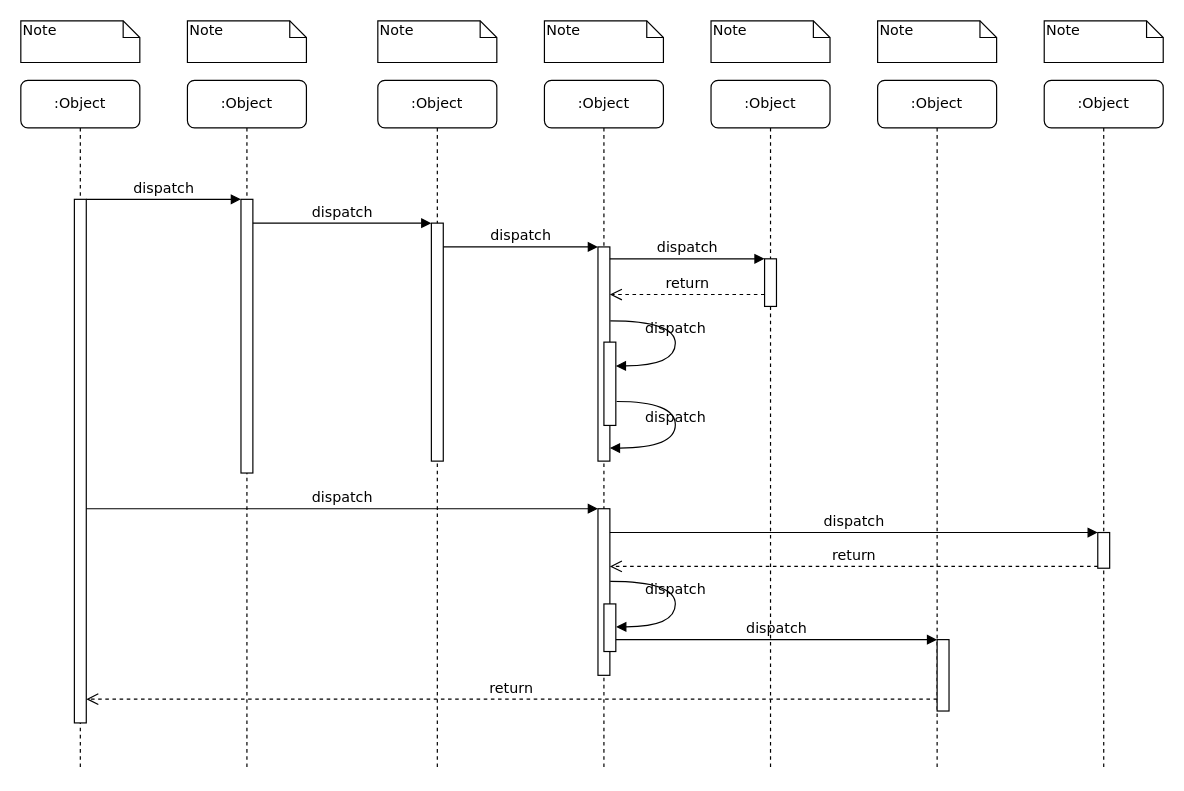
Before: Untitled Diagram.drawio in yjlhtzh/testp, a draw.io diagram. Source tidied: cells renumbered, new cells numbered last; positions are measured from the earlier drawing's top-left corner, leaving out a move shared by most shapes. Both pictures are drawn from the tidied source at 119%, with x=0, y=0 at pixel (20, 20).
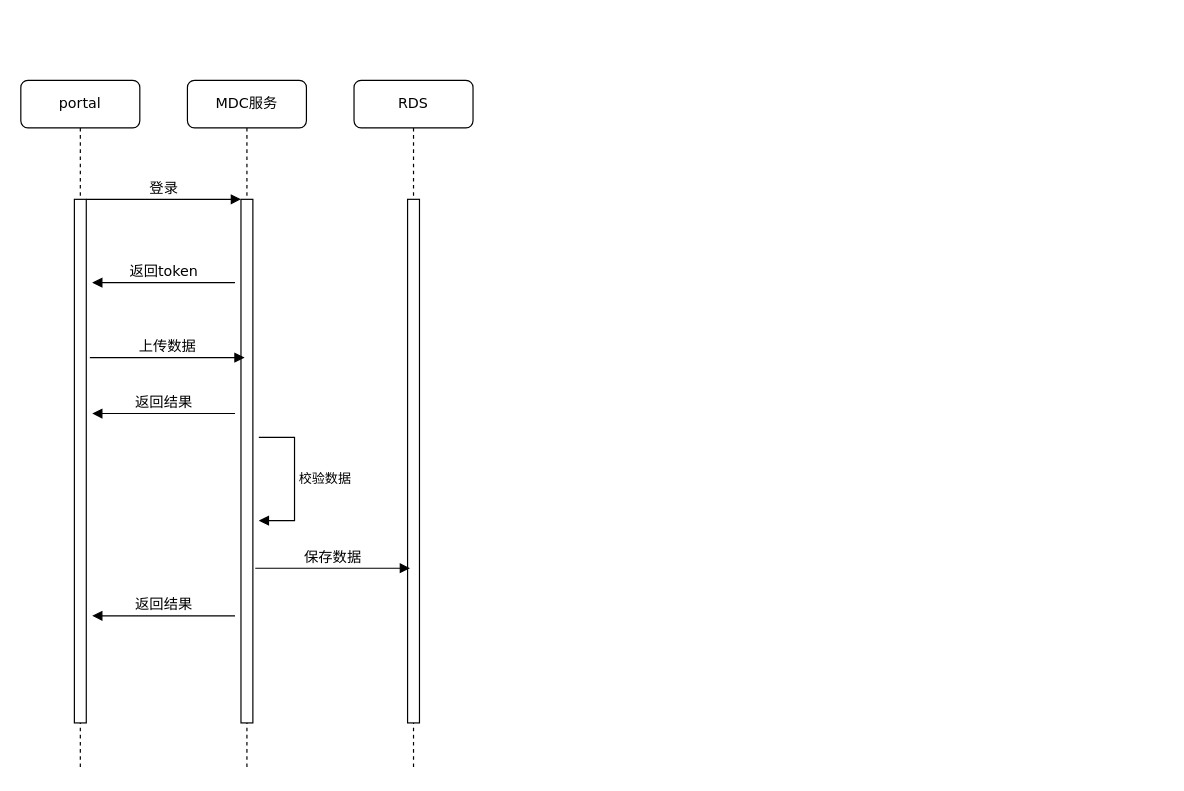
The same page after the edit.

The change refers to these unchanged cells:
```xml
<mxCell id="11" style="html=1;points=[];perimeter=orthogonalPerimeter;rounded=0;shadow=0;comic=0;labelBackgroundColor=none;strokeWidth=1;fontFamily=Verdana;fontSize=12;align=center;" parent="10" vertex="1">
  <mxGeometry x="45" y="100" width="10" height="440" as="geometry" />
</mxCell>
```

Diff of the diagram source:
```diff
@@
-    <mxCell id="2" value=":Object" style="shape=umlLifeline;perimeter=lifelinePerimeter;whiteSpace=wrap;html=1;rounded=1;shadow=0;comic=0;labelBackgroundColor=none;strokeWidth=1;fontFamily=Verdana;fontSize=12;align=center;" parent="1" vertex="1">
+    <mxCell id="2" value="MDC服务" style="shape=umlLifeline;perimeter=lifelinePerimeter;whiteSpace=wrap;html=1;rounded=1;shadow=0;comic=0;labelBackgroundColor=none;strokeWidth=1;fontFamily=Verdana;fontSize=12;align=center;" parent="1" vertex="1">
       <mxGeometry x="140" y="50" width="100" height="580" as="geometry" />
     </mxCell>
     <mxCell id="3" style="html=1;points=[];perimeter=orthogonalPerimeter;rounded=0;shadow=0;comic=0;labelBackgroundColor=none;strokeWidth=1;fontFamily=Verdana;fontSize=12;align=center;" parent="2" vertex="1">
-      <mxGeometry x="45" y="100" width="10" height="230" as="geometry" />
+      <mxGeometry x="45" y="100" width="10" height="440" as="geometry" />
     </mxCell>
-    <mxCell id="4" value=":Object" style="shape=umlLifeline;perimeter=lifelinePerimeter;whiteSpace=wrap;html=1;rounded=1;shadow=0;comic=0;labelBackgroundColor=none;strokeWidth=1;fontFamily=Verdana;fontSize=12;align=center;" parent="1" vertex="1">
-      <mxGeometry x="300" y="50" width="100" height="580" as="geometry" />
-    </mxCell>
-    <mxCell id="5" style="html=1;points=[];perimeter=orthogonalPerimeter;rounded=0;shadow=0;comic=0;labelBackgroundColor=none;strokeWidth=1;fontFamily=Verdana;fontSize=12;align=center;" parent="4" vertex="1">
-      <mxGeometry x="45" y="120" width="10" height="200" as="geometry" />
-    </mxCell>
-    <mxCell id="6" value=":Object" style="shape=umlLifeline;perimeter=lifelinePerimeter;whiteSpace=wrap;html=1;rounded=1;shadow=0;comic=0;labelBackgroundColor=none;strokeWidth=1;fontFamily=Verdana;fontSize=12;align=center;" parent="1" vertex="1">
-      <mxGeometry x="440" y="50" width="100" height="580" as="geometry" />
-    </mxCell>
-    <mxCell id="7" value=":Object" style="shape=umlLifeline;perimeter=lifelinePerimeter;whiteSpace=wrap;html=1;rounded=1;shadow=0;comic=0;labelBackgroundColor=none;strokeWidth=1;fontFamily=Verdana;fontSize=12;align=center;" parent="1" vertex="1">
-      <mxGeometry x="580" y="50" width="100" height="580" as="geometry" />
-    </mxCell>
-    <mxCell id="8" value=":Object" style="shape=umlLifeline;perimeter=lifelinePerimeter;whiteSpace=wrap;html=1;rounded=1;shadow=0;comic=0;labelBackgroundColor=none;strokeWidth=1;fontFamily=Verdana;fontSize=12;align=center;" parent="1" vertex="1">
-      <mxGeometry x="720" y="50" width="100" height="580" as="geometry" />
-    </mxCell>
-    <mxCell id="9" value=":Object" style="shape=umlLifeline;perimeter=lifelinePerimeter;whiteSpace=wrap;html=1;rounded=1;shadow=0;comic=0;labelBackgroundColor=none;strokeWidth=1;fontFamily=Verdana;fontSize=12;align=center;" parent="1" vertex="1">
-      <mxGeometry x="860" y="50" width="100" height="580" as="geometry" />
-    </mxCell>
-    <mxCell id="10" value=":Object" style="shape=umlLifeline;perimeter=lifelinePerimeter;whiteSpace=wrap;html=1;rounded=1;shadow=0;comic=0;labelBackgroundColor=none;strokeWidth=1;fontFamily=Verdana;fontSize=12;align=center;" parent="1" vertex="1">
+    <mxCell id="10" value="portal" style="shape=umlLifeline;perimeter=lifelinePerimeter;whiteSpace=wrap;html=1;rounded=1;shadow=0;comic=0;labelBackgroundColor=none;strokeWidth=1;fontFamily=Verdana;fontSize=12;align=center;" parent="1" vertex="1">
       <mxGeometry y="50" width="100" height="580" as="geometry" />
     </mxCell>
@@
-    <mxCell id="12" style="html=1;points=[];perimeter=orthogonalPerimeter;rounded=0;shadow=0;comic=0;labelBackgroundColor=none;strokeWidth=1;fontFamily=Verdana;fontSize=12;align=center;" parent="1" vertex="1">
-      <mxGeometry x="485" y="190" width="10" height="180" as="geometry" />
-    </mxCell>
-    <mxCell id="13" value="dispatch" style="html=1;verticalAlign=bottom;endArrow=block;labelBackgroundColor=none;fontFamily=Verdana;fontSize=12;edgeStyle=elbowEdgeStyle;elbow=vertical;" parent="1" edge="1" source="5" target="12">
-      <mxGeometry relative="1" as="geometry">
-        <Array as="points">
-          <mxPoint x="360" y="190" />
-        </Array>
-      </mxGeometry>
-    </mxCell>
-    <mxCell id="14" style="html=1;points=[];perimeter=orthogonalPerimeter;rounded=0;shadow=0;comic=0;labelBackgroundColor=none;strokeWidth=1;fontFamily=Verdana;fontSize=12;align=center;" parent="1" vertex="1">
-      <mxGeometry x="625" y="200" width="10" height="40" as="geometry" />
-    </mxCell>
-    <mxCell id="15" value="dispatch" style="html=1;verticalAlign=bottom;endArrow=block;entryX=0;entryY=0;labelBackgroundColor=none;fontFamily=Verdana;fontSize=12;edgeStyle=elbowEdgeStyle;elbow=vertical;" parent="1" edge="1" source="12" target="14">
-      <mxGeometry relative="1" as="geometry" />
-    </mxCell>
-    <mxCell id="16" value="return" style="html=1;verticalAlign=bottom;endArrow=open;dashed=1;endSize=8;labelBackgroundColor=none;fontFamily=Verdana;fontSize=12;edgeStyle=elbowEdgeStyle;elbow=vertical;" parent="1" edge="1" source="14" target="12">
-      <mxGeometry relative="1" as="geometry">
-        <Array as="points">
-          <mxPoint x="570" y="230" />
-          <mxPoint x="600" y="230" />
-        </Array>
-      </mxGeometry>
-    </mxCell>
-    <mxCell id="17" style="html=1;points=[];perimeter=orthogonalPerimeter;rounded=0;shadow=0;comic=0;labelBackgroundColor=none;strokeWidth=1;fontFamily=Verdana;fontSize=12;align=center;" parent="1" vertex="1">
-      <mxGeometry x="485" y="410" width="10" height="140" as="geometry" />
-    </mxCell>
-    <mxCell id="18" value="dispatch" style="html=1;verticalAlign=bottom;endArrow=block;entryX=0;entryY=0;labelBackgroundColor=none;fontFamily=Verdana;fontSize=12;" parent="1" edge="1" source="11" target="17">
-      <mxGeometry relative="1" as="geometry" />
-    </mxCell>
-    <mxCell id="19" style="html=1;points=[];perimeter=orthogonalPerimeter;rounded=0;shadow=0;comic=0;labelBackgroundColor=none;strokeColor=#000000;strokeWidth=1;fillColor=#FFFFFF;fontFamily=Verdana;fontSize=12;fontColor=#000000;align=center;" parent="1" vertex="1">
-      <mxGeometry x="905" y="430" width="10" height="30" as="geometry" />
-    </mxCell>
-    <mxCell id="20" value="dispatch" style="html=1;verticalAlign=bottom;endArrow=block;entryX=0;entryY=0;labelBackgroundColor=none;fontFamily=Verdana;fontSize=12;" parent="1" edge="1" source="17" target="19">
-      <mxGeometry relative="1" as="geometry" />
-    </mxCell>
-    <mxCell id="21" value="return" style="html=1;verticalAlign=bottom;endArrow=open;dashed=1;endSize=8;exitX=0;exitY=0.95;labelBackgroundColor=none;fontFamily=Verdana;fontSize=12;" parent="1" edge="1" source="19" target="17">
-      <mxGeometry relative="1" as="geometry" />
-    </mxCell>
-    <mxCell id="22" style="html=1;points=[];perimeter=orthogonalPerimeter;rounded=0;shadow=0;comic=0;labelBackgroundColor=none;strokeWidth=1;fontFamily=Verdana;fontSize=12;align=center;" parent="1" vertex="1">
-      <mxGeometry x="770" y="520" width="10" height="60" as="geometry" />
-    </mxCell>
-    <mxCell id="23" value="dispatch" style="html=1;verticalAlign=bottom;endArrow=block;entryX=0;entryY=0;labelBackgroundColor=none;fontFamily=Verdana;fontSize=12;edgeStyle=elbowEdgeStyle;elbow=vertical;" parent="1" edge="1" source="30" target="22">
-      <mxGeometry relative="1" as="geometry" />
-    </mxCell>
-    <mxCell id="24" value="return" style="html=1;verticalAlign=bottom;endArrow=open;dashed=1;endSize=8;labelBackgroundColor=none;fontFamily=Verdana;fontSize=12;edgeStyle=elbowEdgeStyle;elbow=vertical;" parent="1" edge="1" source="22" target="11">
-      <mxGeometry relative="1" as="geometry">
-        <Array as="points">
-          <mxPoint x="470" y="570" />
-        </Array>
-      </mxGeometry>
-    </mxCell>
-    <mxCell id="25" value="dispatch" style="html=1;verticalAlign=bottom;endArrow=block;entryX=0;entryY=0;labelBackgroundColor=none;fontFamily=Verdana;fontSize=12;edgeStyle=elbowEdgeStyle;elbow=vertical;" parent="1" edge="1" source="11" target="3">
+    <mxCell id="25" value="登录" style="html=1;verticalAlign=bottom;endArrow=block;entryX=0;entryY=0;labelBackgroundColor=none;fontFamily=Verdana;fontSize=12;edgeStyle=elbowEdgeStyle;elbow=vertical;" parent="1" edge="1" source="11" target="3">
       <mxGeometry relative="1" as="geometry" />
     </mxCell>
-    <mxCell id="26" value="dispatch" style="html=1;verticalAlign=bottom;endArrow=block;entryX=0;entryY=0;labelBackgroundColor=none;fontFamily=Verdana;fontSize=12;edgeStyle=elbowEdgeStyle;elbow=vertical;" parent="1" edge="1" source="3" target="5">
-      <mxGeometry relative="1" as="geometry" />
+    <mxCell id="26" value="返回token" style="html=1;verticalAlign=bottom;endArrow=block;labelBackgroundColor=none;fontFamily=Verdana;fontSize=12;edgeStyle=elbowEdgeStyle;elbow=vertical;" parent="1" edge="1">
+      <mxGeometry relative="1" as="geometry">
+        <mxPoint x="180" y="220" as="sourcePoint" />
+        <mxPoint x="60" y="220" as="targetPoint" />
+        <Array as="points">
+          <mxPoint x="180" y="220" />
+          <mxPoint x="200" y="220" />
+        </Array>
+      </mxGeometry>
     </mxCell>
-    <mxCell id="27" style="html=1;points=[];perimeter=orthogonalPerimeter;rounded=0;shadow=0;comic=0;labelBackgroundColor=none;strokeWidth=1;fontFamily=Verdana;fontSize=12;align=center;" parent="1" vertex="1">
-      <mxGeometry x="490" y="270" width="10" height="70" as="geometry" />
-    </mxCell>
-    <mxCell id="28" value="dispatch" style="html=1;verticalAlign=bottom;endArrow=block;labelBackgroundColor=none;fontFamily=Verdana;fontSize=12;elbow=vertical;edgeStyle=orthogonalEdgeStyle;curved=1;entryX=1;entryY=0.286;entryPerimeter=0;exitX=1.038;exitY=0.345;exitPerimeter=0;" parent="1" edge="1" source="12" target="27">
-      <mxGeometry relative="1" as="geometry">
-        <Array as="points">
-          <mxPoint x="550" y="252" />
-          <mxPoint x="550" y="290" />
-        </Array>
-      </mxGeometry>
-    </mxCell>
-    <mxCell id="29" value="dispatch" style="html=1;verticalAlign=bottom;endArrow=block;labelBackgroundColor=none;fontFamily=Verdana;fontSize=12;elbow=vertical;edgeStyle=orthogonalEdgeStyle;curved=1;exitX=1.066;exitY=0.713;exitPerimeter=0;" parent="1" edge="1" source="27">
-      <mxGeometry relative="1" as="geometry">
-        <mxPoint x="495" y="359" as="targetPoint" />
-        <Array as="points">
-          <mxPoint x="550" y="320" />
-          <mxPoint x="550" y="359" />
-        </Array>
-      </mxGeometry>
-    </mxCell>
-    <mxCell id="30" style="html=1;points=[];perimeter=orthogonalPerimeter;rounded=0;shadow=0;comic=0;labelBackgroundColor=none;strokeWidth=1;fontFamily=Verdana;fontSize=12;align=center;" parent="1" vertex="1">
-      <mxGeometry x="490" y="490" width="10" height="40" as="geometry" />
-    </mxCell>
-    <mxCell id="31" value="dispatch" style="html=1;verticalAlign=bottom;endArrow=block;labelBackgroundColor=none;fontFamily=Verdana;fontSize=12;elbow=vertical;edgeStyle=orthogonalEdgeStyle;curved=1;entryX=1;entryY=0.286;entryPerimeter=0;exitX=1.038;exitY=0.345;exitPerimeter=0;" parent="1" edge="1">
-      <mxGeometry relative="1" as="geometry">
-        <mxPoint x="495.3" y="471" as="sourcePoint" />
-        <mxPoint x="500.3" y="509.3" as="targetPoint" />
-        <Array as="points">
-          <mxPoint x="550" y="471" />
-          <mxPoint x="550" y="509" />
-        </Array>
-      </mxGeometry>
-    </mxCell>
-    <mxCell id="32" value="Note" style="shape=note;whiteSpace=wrap;html=1;size=14;verticalAlign=top;align=left;spacingTop=-6;rounded=0;shadow=0;comic=0;labelBackgroundColor=none;strokeWidth=1;fontFamily=Verdana;fontSize=12;" parent="1" vertex="1">
-      <mxGeometry width="100" height="35" as="geometry" />
-    </mxCell>
-    <mxCell id="33" value="Note" style="shape=note;whiteSpace=wrap;html=1;size=14;verticalAlign=top;align=left;spacingTop=-6;rounded=0;shadow=0;comic=0;labelBackgroundColor=none;strokeWidth=1;fontFamily=Verdana;fontSize=12;" parent="1" vertex="1">
-      <mxGeometry x="140" width="100" height="35" as="geometry" />
-    </mxCell>
-    <mxCell id="34" value="Note" style="shape=note;whiteSpace=wrap;html=1;size=14;verticalAlign=top;align=left;spacingTop=-6;rounded=0;shadow=0;comic=0;labelBackgroundColor=none;strokeWidth=1;fontFamily=Verdana;fontSize=12;" parent="1" vertex="1">
-      <mxGeometry x="300" width="100" height="35" as="geometry" />
-    </mxCell>
-    <mxCell id="35" value="Note" style="shape=note;whiteSpace=wrap;html=1;size=14;verticalAlign=top;align=left;spacingTop=-6;rounded=0;shadow=0;comic=0;labelBackgroundColor=none;strokeWidth=1;fontFamily=Verdana;fontSize=12;" parent="1" vertex="1">
-      <mxGeometry x="440" width="100" height="35" as="geometry" />
-    </mxCell>
-    <mxCell id="36" value="Note" style="shape=note;whiteSpace=wrap;html=1;size=14;verticalAlign=top;align=left;spacingTop=-6;rounded=0;shadow=0;comic=0;labelBackgroundColor=none;strokeWidth=1;fontFamily=Verdana;fontSize=12;" parent="1" vertex="1">
-      <mxGeometry x="580" width="100" height="35" as="geometry" />
-    </mxCell>
-    <mxCell id="37" value="Note" style="shape=note;whiteSpace=wrap;html=1;size=14;verticalAlign=top;align=left;spacingTop=-6;rounded=0;shadow=0;comic=0;labelBackgroundColor=none;strokeWidth=1;fontFamily=Verdana;fontSize=12;" parent="1" vertex="1">
-      <mxGeometry x="720" width="100" height="35" as="geometry" />
-    </mxCell>
-    <mxCell id="38" value="Note" style="shape=note;whiteSpace=wrap;html=1;size=14;verticalAlign=top;align=left;spacingTop=-6;rounded=0;shadow=0;comic=0;labelBackgroundColor=none;strokeWidth=1;fontFamily=Verdana;fontSize=12;" parent="1" vertex="1">
-      <mxGeometry x="860" width="100" height="35" as="geometry" />
-    </mxCell>
+    <mxCell id="39" value="上传数据" style="html=1;verticalAlign=bottom;endArrow=block;entryX=0;entryY=0;labelBackgroundColor=none;fontFamily=Verdana;fontSize=12;edgeStyle=elbowEdgeStyle;elbow=vertical;" parent="1" edge="1">
+      <mxGeometry relative="1" as="geometry">
+        <mxPoint x="58" y="283" as="sourcePoint" />
+        <mxPoint x="188" y="283" as="targetPoint" />
+      </mxGeometry>
+    </mxCell>
+    <mxCell id="40" value="校验数据" style="edgeStyle=orthogonalEdgeStyle;html=1;align=left;spacingLeft=2;endArrow=block;rounded=0;" parent="1" edge="1">
+      <mxGeometry relative="1" as="geometry">
+        <mxPoint x="200" y="350" as="sourcePoint" />
+        <mxPoint x="200" y="420" as="targetPoint" />
+        <Array as="points">
+          <mxPoint x="230" y="350" />
+          <mxPoint x="230" y="420" />
+          <mxPoint x="205" y="420" />
+        </Array>
+      </mxGeometry>
+    </mxCell>
+    <mxCell id="41" value="返回结果" style="html=1;verticalAlign=bottom;endArrow=block;labelBackgroundColor=none;fontFamily=Verdana;fontSize=12;edgeStyle=elbowEdgeStyle;elbow=vertical;" parent="1" edge="1">
+      <mxGeometry relative="1" as="geometry">
+        <mxPoint x="180" y="330" as="sourcePoint" />
+        <mxPoint x="60" y="330" as="targetPoint" />
+        <Array as="points">
+          <mxPoint x="180" y="330" />
+          <mxPoint x="200" y="330" />
+        </Array>
+      </mxGeometry>
+    </mxCell>
+    <mxCell id="42" value="RDS" style="shape=umlLifeline;perimeter=lifelinePerimeter;whiteSpace=wrap;html=1;rounded=1;shadow=0;comic=0;labelBackgroundColor=none;strokeWidth=1;fontFamily=Verdana;fontSize=12;align=center;" parent="1" vertex="1">
+      <mxGeometry x="280" y="50" width="100" height="580" as="geometry" />
+    </mxCell>
+    <mxCell id="43" style="html=1;perimeter=orthogonalPerimeter;rounded=0;shadow=0;comic=0;labelBackgroundColor=none;strokeWidth=1;fontFamily=Verdana;fontSize=12;align=center;" parent="42" vertex="1">
+      <mxGeometry x="45" y="100" width="10" height="440" as="geometry" />
+    </mxCell>
+    <mxCell id="44" value="保存数据" style="html=1;verticalAlign=bottom;endArrow=block;entryX=0;entryY=0;labelBackgroundColor=none;fontFamily=Verdana;fontSize=12;edgeStyle=elbowEdgeStyle;elbow=vertical;" parent="1" edge="1">
+      <mxGeometry relative="1" as="geometry">
+        <mxPoint x="197" y="460" as="sourcePoint" />
+        <mxPoint x="327" y="460" as="targetPoint" />
+      </mxGeometry>
+    </mxCell>
+    <mxCell id="45" value="返回结果" style="html=1;verticalAlign=bottom;endArrow=block;labelBackgroundColor=none;fontFamily=Verdana;fontSize=12;edgeStyle=elbowEdgeStyle;elbow=vertical;" parent="1" edge="1">
+      <mxGeometry relative="1" as="geometry">
+        <mxPoint x="180" y="500" as="sourcePoint" />
+        <mxPoint x="60" y="500" as="targetPoint" />
+        <Array as="points">
+          <mxPoint x="180" y="500" />
+          <mxPoint x="200" y="500" />
+        </Array>
+      </mxGeometry>
+    </mxCell>
```
